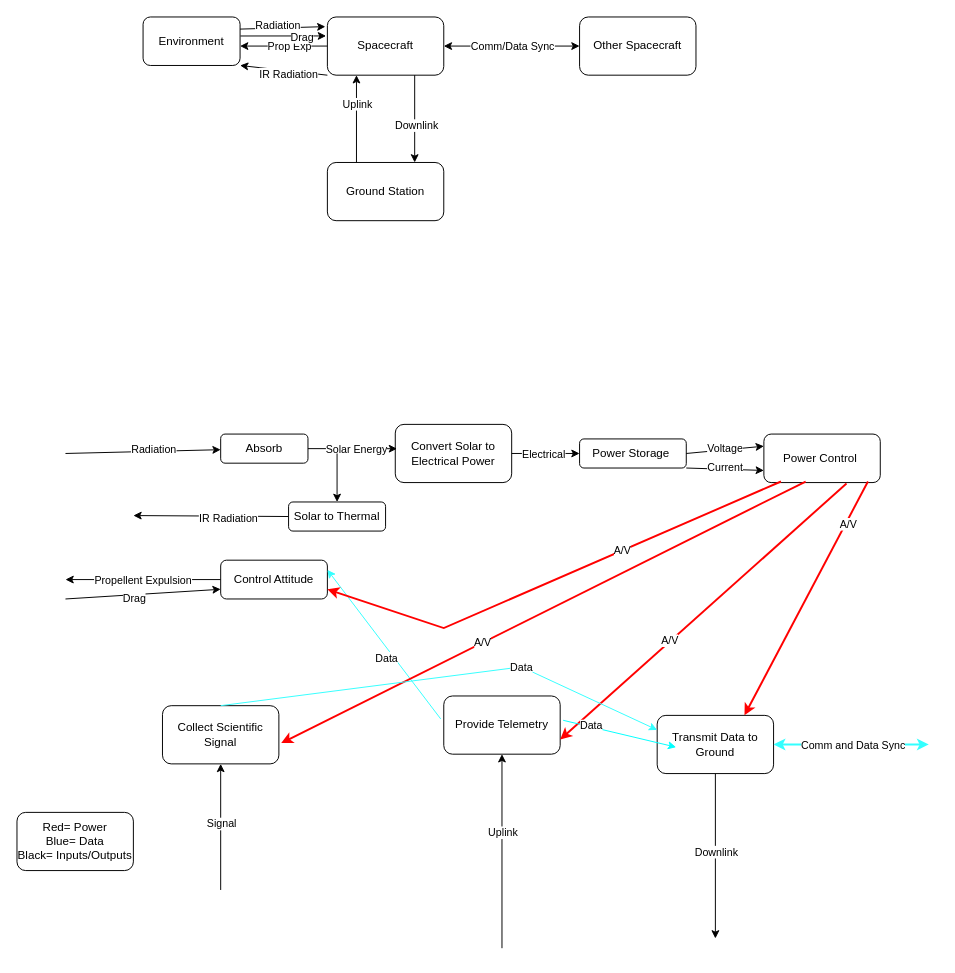
The draw.io diagram FRDiagram.drawio in jack-house/AE523, before the edit. Source tidied: cells renumbered, new cells numbered last; positions are measured from the earlier drawing's top-left corner, leaving out a move shared by most shapes. Both pictures are drawn from the tidied source at 97%, with x=0, y=0 at pixel (16, 16).
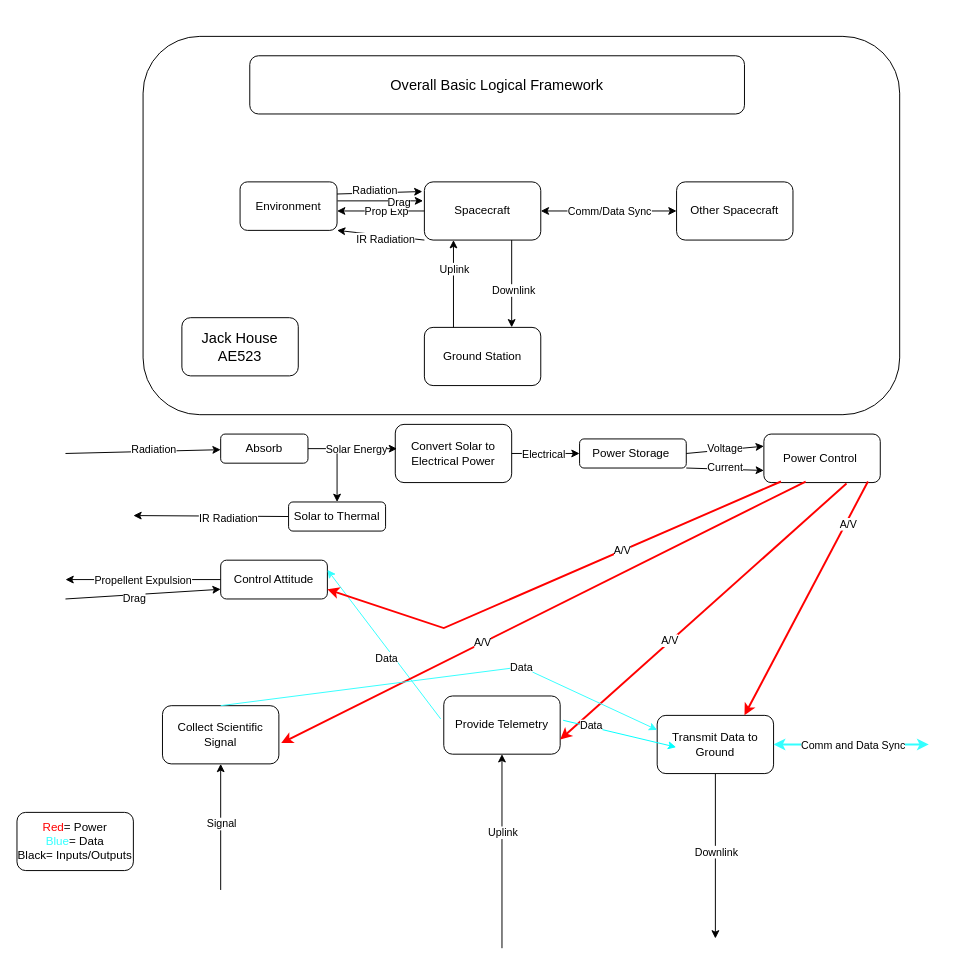
The same diagram, later.

The edit, as a diff of the source:
```diff
@@
+    <mxCell id="69" style="rounded=1;whiteSpace=wrap;html=1;fontColor=#33FFFF;" parent="1" vertex="1">
+      <mxGeometry x="130" y="20" width="780" height="390" as="geometry" />
+    </mxCell>
     <mxCell id="2" value="Environment" style="rounded=1;whiteSpace=wrap;html=1;" parent="1" vertex="1">
-      <mxGeometry x="130" width="100" height="50" as="geometry" />
+      <mxGeometry x="230" y="170" width="100" height="50" as="geometry" />
     </mxCell>
@@
     <mxCell id="5" value="Spacecraft" style="rounded=1;whiteSpace=wrap;html=1;" parent="1" vertex="1">
-      <mxGeometry x="320" width="120" height="60" as="geometry" />
+      <mxGeometry x="420" y="170" width="120" height="60" as="geometry" />
     </mxCell>
@@
     <mxCell id="8" value="Ground Station" style="rounded=1;whiteSpace=wrap;html=1;" parent="1" vertex="1">
-      <mxGeometry x="320" y="150" width="120" height="60" as="geometry" />
+      <mxGeometry x="420" y="320" width="120" height="60" as="geometry" />
     </mxCell>
@@
     <mxCell id="13" value="Other Spacecraft" style="rounded=1;whiteSpace=wrap;html=1;" parent="1" vertex="1">
-      <mxGeometry x="580" width="120" height="60" as="geometry" />
+      <mxGeometry x="680" y="170" width="120" height="60" as="geometry" />
     </mxCell>
@@
     <mxCell id="45" style="endArrow=classic;html=1;rounded=0;exitX=0;exitY=0.5;exitDx=0;exitDy=0;" parent="1" edge="1" source="5">
       <mxGeometry relative="1" as="geometry">
-        <mxPoint x="230" y="30" as="targetPoint" />
+        <mxPoint x="330" y="200" as="targetPoint" />
       </mxGeometry>
     </mxCell>
@@
-    <mxCell id="68" value="Red= Power&lt;br&gt;Blue= Data&lt;br&gt;Black= Inputs/Outputs" style="rounded=1;whiteSpace=wrap;html=1;" parent="1" vertex="1">
+    <mxCell id="68" value="&lt;font color=&quot;#ff0000&quot;&gt;Red&lt;/font&gt;= Power&lt;br&gt;&lt;font color=&quot;#33ffff&quot;&gt;Blue&lt;/font&gt;= Data&lt;br&gt;Black= Inputs/Outputs" style="rounded=1;whiteSpace=wrap;html=1;" parent="1" vertex="1">
       <mxGeometry y="820" width="120" height="60" as="geometry" />
     </mxCell>
+    <mxCell id="70" value="&lt;font color=&quot;#000000&quot; style=&quot;font-size: 15px&quot;&gt;Overall Basic Logical Framework&lt;/font&gt;" style="rounded=1;whiteSpace=wrap;html=1;fontColor=#33FFFF;" parent="1" vertex="1">
+      <mxGeometry x="240" y="40" width="510" height="60" as="geometry" />
+    </mxCell>
+    <mxCell id="71" value="Jack House&lt;br&gt;AE523" style="rounded=1;whiteSpace=wrap;html=1;fontSize=15;fontColor=#000000;" parent="1" vertex="1">
+      <mxGeometry x="170" y="310" width="120" height="60" as="geometry" />
+    </mxCell>
```
